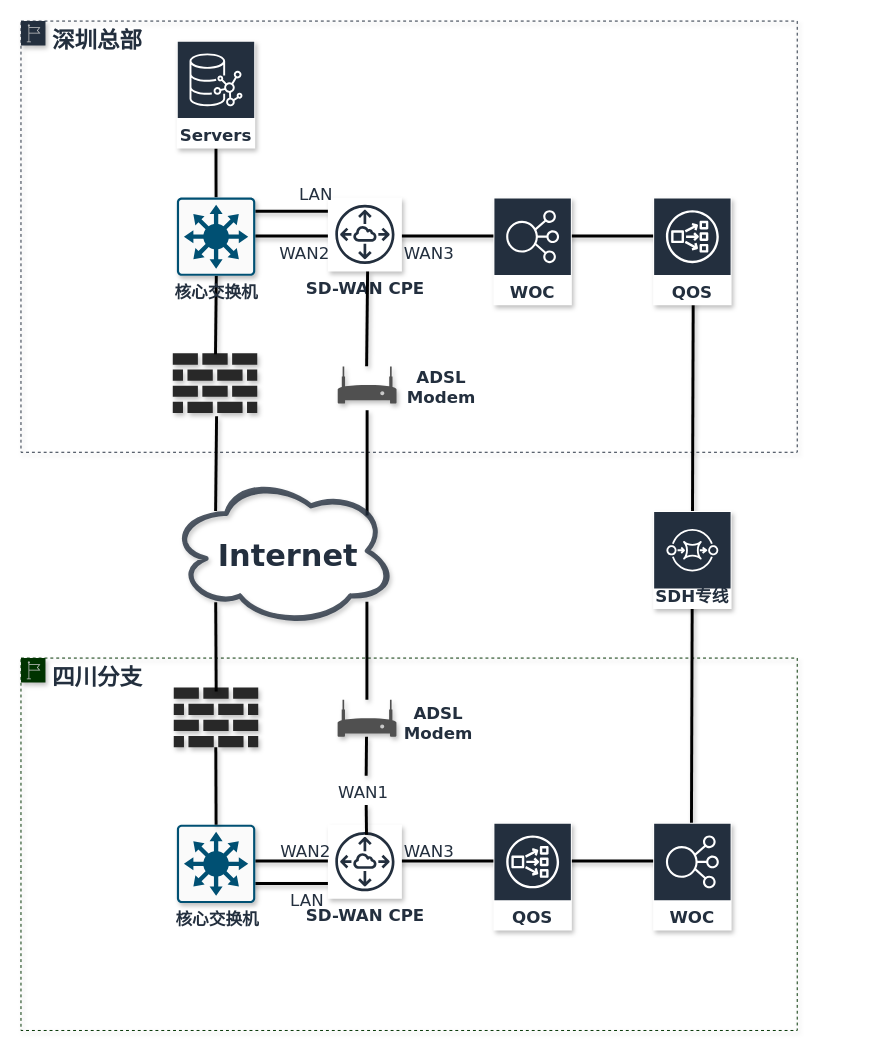
This is page "方案1" (2 of 6) of Untitled Diagram.drawio from ZILLIONTSANG/NetworkDiagrams, a draw.io file, before an edit. Source tidied: cells renumbered, new cells numbered last; positions are measured from the earlier drawing's top-left corner, leaving out a move shared by most shapes. Both pictures are drawn from the tidied source at 98%, with x=0, y=0 at pixel (21, 21).
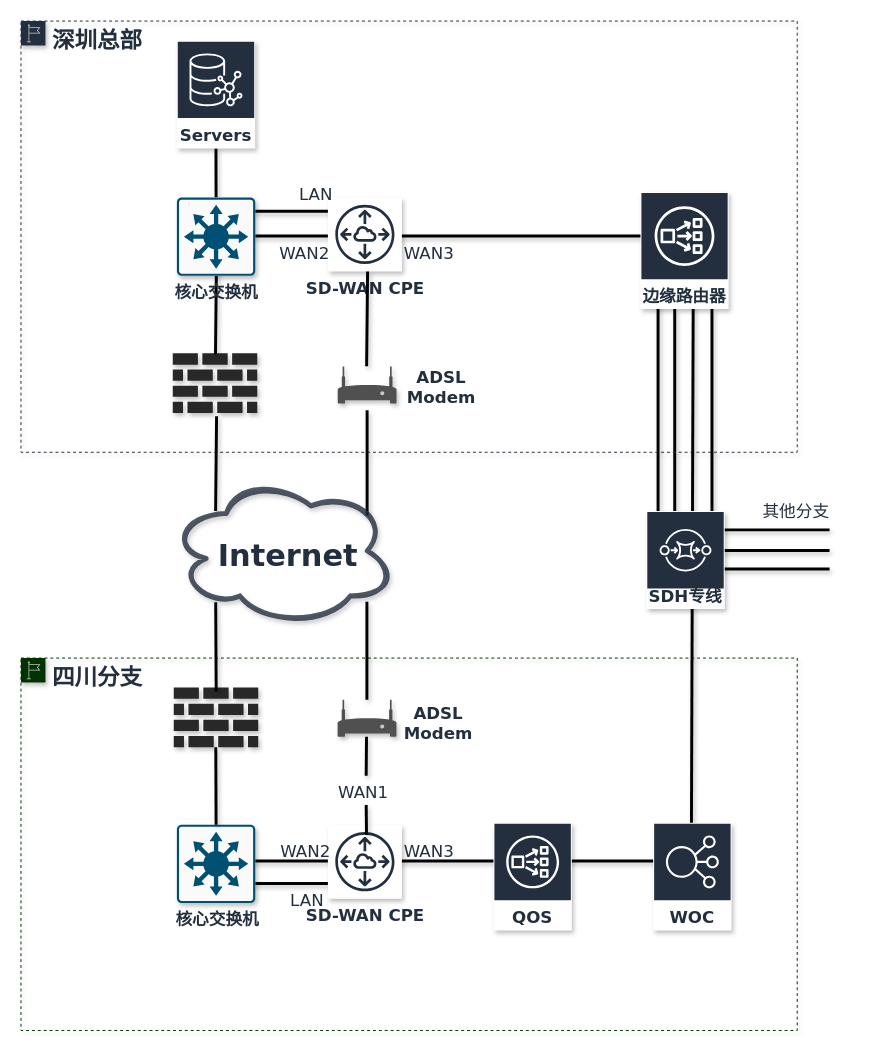
The same page after the edit.

Change to the diagram source:
```diff
@@
+    <mxCell id="47" style="edgeStyle=orthogonalEdgeStyle;rounded=0;orthogonalLoop=1;jettySize=auto;html=1;endArrow=none;endFill=0;strokeWidth=3;fontFamily=Verdana;fontSize=17;fontColor=#232F3E;shadow=1;" parent="1" edge="1">
+      <mxGeometry relative="1" as="geometry">
+        <mxPoint x="651" y="287.2" as="sourcePoint" />
+        <mxPoint x="825" y="519.2" as="targetPoint" />
+        <Array as="points">
+          <mxPoint x="650" y="287.2" />
+          <mxPoint x="650" y="519.2" />
+        </Array>
+      </mxGeometry>
+    </mxCell>
+    <mxCell id="48" style="edgeStyle=orthogonalEdgeStyle;rounded=0;jettySize=auto;html=1;endArrow=none;endFill=0;strokeWidth=3;fontFamily=Verdana;fontSize=17;fontColor=#232F3E;shadow=1;" parent="1" edge="1" source="50">
+      <mxGeometry relative="1" as="geometry">
+        <mxPoint x="825" y="559.2" as="targetPoint" />
+        <Array as="points">
+          <mxPoint x="705" y="559.2" />
+        </Array>
+      </mxGeometry>
+    </mxCell>
+    <mxCell id="49" style="edgeStyle=orthogonalEdgeStyle;rounded=0;jettySize=auto;html=1;endArrow=none;endFill=0;strokeWidth=3;fontFamily=Verdana;fontSize=17;fontColor=#232F3E;shadow=1;" parent="1" edge="1" source="50">
+      <mxGeometry relative="1" as="geometry">
+        <mxPoint x="825" y="540.2" as="targetPoint" />
+        <Array as="points">
+          <mxPoint x="667" y="540.2" />
+        </Array>
+      </mxGeometry>
+    </mxCell>
@@
-    <mxCell id="17" value="WOC" style="fontColor=#232F3E;gradientColor=none;strokeColor=#ffffff;fillColor=#232F3E;dashed=0;verticalLabelPosition=middle;verticalAlign=bottom;align=center;html=1;whiteSpace=wrap;fontSize=17;fontStyle=1;spacing=3;shape=mxgraph.aws4.productIcon;prIcon=mxgraph.aws4.elastic_load_balancing;fontFamily=Verdana;shadow=1;" parent="1" vertex="1">
-      <mxGeometry x="482" y="180" width="80" height="110" as="geometry" />
-    </mxCell>
     <mxCell id="18" value="SDH专线" style="fontColor=#232F3E;gradientColor=none;strokeColor=#ffffff;fillColor=#232F3E;dashed=0;verticalLabelPosition=middle;verticalAlign=bottom;align=center;html=1;whiteSpace=wrap;fontSize=17;fontStyle=1;spacing=3;shape=mxgraph.aws4.productIcon;prIcon=mxgraph.aws4.sqs;fontFamily=Verdana;shadow=1;" parent="1" vertex="1">
-      <mxGeometry x="645" y="500" width="80" height="100" as="geometry" />
+      <mxGeometry x="638" y="500" width="80" height="100" as="geometry" />
     </mxCell>
-    <mxCell id="19" value="QOS" style="fontColor=#232F3E;gradientColor=none;strokeColor=#ffffff;fillColor=#232F3E;dashed=0;verticalLabelPosition=middle;verticalAlign=bottom;align=center;html=1;whiteSpace=wrap;fontSize=17;fontStyle=1;spacing=3;shape=mxgraph.aws4.productIcon;prIcon=mxgraph.aws4.network_load_balancer;fontFamily=Verdana;shadow=1;" parent="1" vertex="1">
-      <mxGeometry x="645" y="180" width="80" height="110" as="geometry" />
-    </mxCell>
@@
+    <mxCell id="50" value="边缘路由器" style="outlineConnect=0;fontColor=#232F3E;gradientColor=none;strokeColor=#ffffff;fillColor=#232F3E;dashed=0;verticalLabelPosition=middle;verticalAlign=bottom;align=center;html=1;whiteSpace=wrap;fontSize=17;fontStyle=1;spacing=3;shape=mxgraph.aws4.productIcon;prIcon=mxgraph.aws4.network_load_balancer;fontFamily=Verdana;shadow=1;" parent="1" vertex="1">
+      <mxGeometry x="632" y="174.4" width="90" height="119.5" as="geometry" />
+    </mxCell>
+    <mxCell id="51" value="&lt;div style=&quot;text-align: center&quot;&gt;&lt;font face=&quot;verdana&quot;&gt;其他分支&lt;/font&gt;&lt;/div&gt;" style="text;whiteSpace=wrap;html=1;fontSize=17;fontFamily=Verdana;fontColor=#232F3E;shadow=1;" parent="1" vertex="1">
+      <mxGeometry x="755" y="484.2" width="100" height="40" as="geometry" />
+    </mxCell>
```
